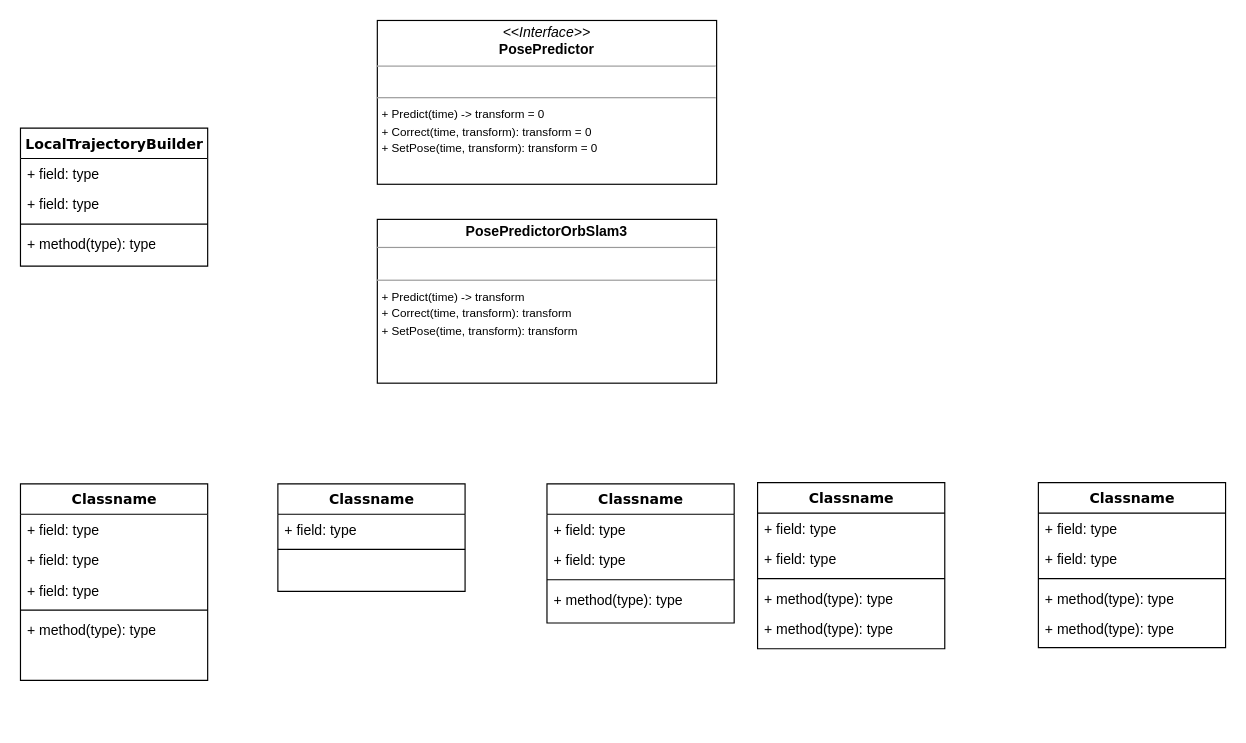
Earlier version of the draw.io diagram Untitled Diagram.drawio (arihantlunawat/arihantlunawat). Source tidied: cells renumbered, new cells numbered last; positions are measured from the earlier drawing's top-left corner, leaving out a move shared by most shapes. Both pictures are drawn from the tidied source at 117%, with x=0, y=0 at pixel (20, 20).
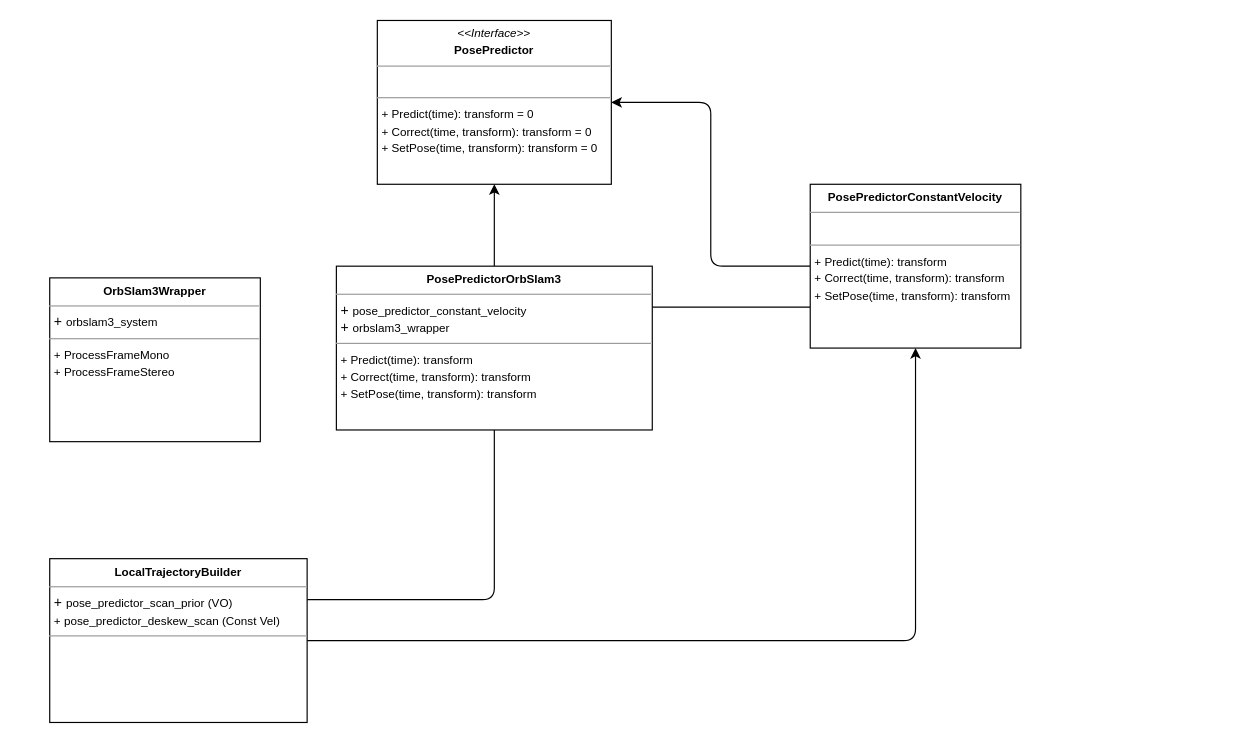
The same diagram, later.

What changed in the source:
```diff
@@
-    <mxCell id="2" value="Classname" style="swimlane;html=1;fontStyle=1;align=center;verticalAlign=top;horizontal=1;startSize=26;swimlaneFillColor=#ffffff;rounded=0;shadow=0;comic=0;labelBackgroundColor=none;strokeWidth=1;fillColor=none;fontFamily=Verdana;fontSize=12;" parent="1" vertex="1">
-      <mxGeometry y="396" width="160" height="168" as="geometry" />
-    </mxCell>
-    <mxCell id="3" value="+ field: type" style="text;html=1;strokeColor=none;fillColor=none;align=left;verticalAlign=top;spacingLeft=4;spacingRight=4;whiteSpace=wrap;overflow=hidden;" parent="2" vertex="1">
-      <mxGeometry y="26" width="160" height="26" as="geometry" />
-    </mxCell>
-    <mxCell id="4" value="+ field: type" style="text;html=1;strokeColor=none;fillColor=none;align=left;verticalAlign=top;spacingLeft=4;spacingRight=4;whiteSpace=wrap;overflow=hidden;" parent="2" vertex="1">
-      <mxGeometry y="52" width="160" height="26" as="geometry" />
-    </mxCell>
-    <mxCell id="5" value="+ field: type" style="text;html=1;strokeColor=none;fillColor=none;align=left;verticalAlign=top;spacingLeft=4;spacingRight=4;whiteSpace=wrap;overflow=hidden;" parent="2" vertex="1">
-      <mxGeometry y="78" width="160" height="26" as="geometry" />
-    </mxCell>
-    <mxCell id="6" style="line;html=1;strokeWidth=1;fillColor=none;align=left;verticalAlign=middle;spacingTop=-1;spacingLeft=3;spacingRight=3;labelPosition=right;" parent="2" vertex="1">
-      <mxGeometry y="104" width="160" height="8" as="geometry" />
-    </mxCell>
-    <mxCell id="7" value="+ method(type): type" style="text;html=1;strokeColor=none;fillColor=none;align=left;verticalAlign=top;spacingLeft=4;spacingRight=4;whiteSpace=wrap;overflow=hidden;" parent="2" vertex="1">
-      <mxGeometry y="112" width="160" height="26" as="geometry" />
-    </mxCell>
-    <mxCell id="8" value="LocalTrajectoryBuilder" style="swimlane;html=1;fontStyle=1;align=center;verticalAlign=top;horizontal=1;startSize=26;swimlaneFillColor=#ffffff;rounded=0;shadow=0;comic=0;labelBackgroundColor=none;strokeWidth=1;fillColor=none;fontFamily=Verdana;fontSize=12;" parent="1" vertex="1">
-      <mxGeometry y="92" width="160" height="118" as="geometry" />
-    </mxCell>
-    <mxCell id="9" value="+ field: type" style="text;html=1;strokeColor=none;fillColor=none;align=left;verticalAlign=top;spacingLeft=4;spacingRight=4;whiteSpace=wrap;overflow=hidden;" parent="8" vertex="1">
-      <mxGeometry y="26" width="160" height="26" as="geometry" />
-    </mxCell>
-    <mxCell id="10" value="+ field: type" style="text;html=1;strokeColor=none;fillColor=none;align=left;verticalAlign=top;spacingLeft=4;spacingRight=4;whiteSpace=wrap;overflow=hidden;" parent="8" vertex="1">
-      <mxGeometry y="52" width="160" height="26" as="geometry" />
-    </mxCell>
-    <mxCell id="11" style="line;html=1;strokeWidth=1;fillColor=none;align=left;verticalAlign=middle;spacingTop=-1;spacingLeft=3;spacingRight=3;labelPosition=right;" parent="8" vertex="1">
-      <mxGeometry y="78" width="160" height="8" as="geometry" />
-    </mxCell>
-    <mxCell id="12" value="+ method(type): type" style="text;html=1;strokeColor=none;fillColor=none;align=left;verticalAlign=top;spacingLeft=4;spacingRight=4;whiteSpace=wrap;overflow=hidden;" parent="8" vertex="1">
-      <mxGeometry y="86" width="160" height="26" as="geometry" />
-    </mxCell>
-    <mxCell id="13" value="Classname" style="swimlane;html=1;fontStyle=1;align=center;verticalAlign=top;horizontal=1;startSize=26;swimlaneFillColor=#ffffff;rounded=0;shadow=0;comic=0;labelBackgroundColor=none;strokeWidth=1;fillColor=none;fontFamily=Verdana;fontSize=12;" parent="1" vertex="1">
-      <mxGeometry x="220" y="396" width="160" height="92" as="geometry" />
-    </mxCell>
-    <mxCell id="14" value="+ field: type" style="text;html=1;strokeColor=none;fillColor=none;align=left;verticalAlign=top;spacingLeft=4;spacingRight=4;whiteSpace=wrap;overflow=hidden;" parent="13" vertex="1">
-      <mxGeometry y="26" width="160" height="26" as="geometry" />
-    </mxCell>
-    <mxCell id="15" style="line;html=1;strokeWidth=1;fillColor=none;align=left;verticalAlign=middle;spacingTop=-1;spacingLeft=3;spacingRight=3;labelPosition=right;" parent="13" vertex="1">
-      <mxGeometry y="52" width="160" height="8" as="geometry" />
-    </mxCell>
-    <mxCell id="16" value="Classname" style="swimlane;html=1;fontStyle=1;align=center;verticalAlign=top;horizontal=1;startSize=26;swimlaneFillColor=#ffffff;rounded=0;shadow=0;comic=0;labelBackgroundColor=none;strokeWidth=1;fillColor=none;fontFamily=Verdana;fontSize=12;" parent="1" vertex="1">
-      <mxGeometry x="630" y="395" width="160" height="142" as="geometry" />
-    </mxCell>
-    <mxCell id="17" value="+ field: type" style="text;html=1;strokeColor=none;fillColor=none;align=left;verticalAlign=top;spacingLeft=4;spacingRight=4;whiteSpace=wrap;overflow=hidden;" parent="16" vertex="1">
-      <mxGeometry y="26" width="160" height="26" as="geometry" />
-    </mxCell>
-    <mxCell id="18" value="+ field: type" style="text;html=1;strokeColor=none;fillColor=none;align=left;verticalAlign=top;spacingLeft=4;spacingRight=4;whiteSpace=wrap;overflow=hidden;" parent="16" vertex="1">
-      <mxGeometry y="52" width="160" height="26" as="geometry" />
-    </mxCell>
-    <mxCell id="19" style="line;html=1;strokeWidth=1;fillColor=none;align=left;verticalAlign=middle;spacingTop=-1;spacingLeft=3;spacingRight=3;labelPosition=right;" parent="16" vertex="1">
-      <mxGeometry y="78" width="160" height="8" as="geometry" />
-    </mxCell>
-    <mxCell id="20" value="+ method(type): type" style="text;html=1;strokeColor=none;fillColor=none;align=left;verticalAlign=top;spacingLeft=4;spacingRight=4;whiteSpace=wrap;overflow=hidden;" parent="16" vertex="1">
-      <mxGeometry y="86" width="160" height="26" as="geometry" />
-    </mxCell>
-    <mxCell id="21" value="+ method(type): type" style="text;html=1;strokeColor=none;fillColor=none;align=left;verticalAlign=top;spacingLeft=4;spacingRight=4;whiteSpace=wrap;overflow=hidden;" parent="16" vertex="1">
-      <mxGeometry y="112" width="160" height="26" as="geometry" />
-    </mxCell>
-    <mxCell id="22" value="Classname" style="swimlane;html=1;fontStyle=1;align=center;verticalAlign=top;horizontal=1;startSize=26;swimlaneFillColor=#ffffff;rounded=0;shadow=0;comic=0;labelBackgroundColor=none;strokeWidth=1;fillColor=none;fontFamily=Verdana;fontSize=12;" parent="1" vertex="1">
-      <mxGeometry x="870" y="395" width="160" height="141" as="geometry" />
-    </mxCell>
-    <mxCell id="23" value="+ field: type" style="text;html=1;strokeColor=none;fillColor=none;align=left;verticalAlign=top;spacingLeft=4;spacingRight=4;whiteSpace=wrap;overflow=hidden;" parent="22" vertex="1">
-      <mxGeometry y="26" width="160" height="26" as="geometry" />
-    </mxCell>
-    <mxCell id="24" value="+ field: type" style="text;html=1;strokeColor=none;fillColor=none;align=left;verticalAlign=top;spacingLeft=4;spacingRight=4;whiteSpace=wrap;overflow=hidden;" parent="22" vertex="1">
-      <mxGeometry y="52" width="160" height="26" as="geometry" />
-    </mxCell>
-    <mxCell id="25" style="line;html=1;strokeWidth=1;fillColor=none;align=left;verticalAlign=middle;spacingTop=-1;spacingLeft=3;spacingRight=3;labelPosition=right;" parent="22" vertex="1">
-      <mxGeometry y="78" width="160" height="8" as="geometry" />
-    </mxCell>
-    <mxCell id="26" value="+ method(type): type" style="text;html=1;strokeColor=none;fillColor=none;align=left;verticalAlign=top;spacingLeft=4;spacingRight=4;whiteSpace=wrap;overflow=hidden;" parent="22" vertex="1">
-      <mxGeometry y="86" width="160" height="26" as="geometry" />
-    </mxCell>
-    <mxCell id="27" value="+ method(type): type" style="text;html=1;strokeColor=none;fillColor=none;align=left;verticalAlign=top;spacingLeft=4;spacingRight=4;whiteSpace=wrap;overflow=hidden;" parent="22" vertex="1">
-      <mxGeometry y="112" width="160" height="26" as="geometry" />
-    </mxCell>
-    <mxCell id="28" value="Classname" style="swimlane;html=1;fontStyle=1;align=center;verticalAlign=top;horizontal=1;startSize=26;swimlaneFillColor=#ffffff;rounded=0;shadow=0;comic=0;labelBackgroundColor=none;strokeWidth=1;fillColor=none;fontFamily=Verdana;fontSize=12;" parent="1" vertex="1">
-      <mxGeometry x="450" y="396" width="160" height="119" as="geometry" />
-    </mxCell>
-    <mxCell id="29" value="+ field: type" style="text;html=1;strokeColor=none;fillColor=none;align=left;verticalAlign=top;spacingLeft=4;spacingRight=4;whiteSpace=wrap;overflow=hidden;" parent="28" vertex="1">
-      <mxGeometry y="26" width="160" height="26" as="geometry" />
-    </mxCell>
-    <mxCell id="30" value="+ field: type" style="text;html=1;strokeColor=none;fillColor=none;align=left;verticalAlign=top;spacingLeft=4;spacingRight=4;whiteSpace=wrap;overflow=hidden;" parent="28" vertex="1">
-      <mxGeometry y="52" width="160" height="26" as="geometry" />
-    </mxCell>
-    <mxCell id="31" style="line;html=1;strokeWidth=1;fillColor=none;align=left;verticalAlign=middle;spacingTop=-1;spacingLeft=3;spacingRight=3;labelPosition=right;" parent="28" vertex="1">
-      <mxGeometry y="78" width="160" height="8" as="geometry" />
-    </mxCell>
-    <mxCell id="32" value="+ method(type): type" style="text;html=1;strokeColor=none;fillColor=none;align=left;verticalAlign=top;spacingLeft=4;spacingRight=4;whiteSpace=wrap;overflow=hidden;" parent="28" vertex="1">
-      <mxGeometry y="86" width="160" height="26" as="geometry" />
-    </mxCell>
-    <mxCell id="33" value="&lt;p style=&quot;margin:0px;margin-top:4px;text-align:center;&quot;&gt;&lt;i&gt;&amp;lt;&amp;lt;Interface&amp;gt;&amp;gt;&lt;/i&gt;&lt;br&gt;&lt;b&gt;PosePredictor&lt;/b&gt;&lt;/p&gt;&lt;hr size=&quot;1&quot;&gt;&lt;p style=&quot;margin:0px;margin-left:4px;&quot;&gt;&lt;br&gt;&lt;/p&gt;&lt;hr size=&quot;1&quot;&gt;&lt;p style=&quot;margin:0px;margin-left:4px;&quot;&gt;&lt;font style=&quot;font-size: 10px;&quot;&gt;+ Predict(time) -&amp;gt; transform = 0&lt;br&gt;+ Correct(time, transform): transform = 0&lt;/font&gt;&lt;/p&gt;&lt;p style=&quot;margin:0px;margin-left:4px;&quot;&gt;&lt;font style=&quot;font-size: 10px;&quot;&gt;+ SetPose(time, transform): transform = 0&lt;/font&gt;&lt;/p&gt;" style="verticalAlign=top;align=left;overflow=fill;fontSize=12;fontFamily=Helvetica;html=1;rounded=0;shadow=0;comic=0;labelBackgroundColor=none;strokeWidth=1;" parent="1" vertex="1">
-      <mxGeometry x="305" width="290" height="140" as="geometry" />
+    <mxCell id="33" value="&lt;p style=&quot;margin:0px;margin-top:4px;text-align:center;&quot;&gt;&lt;font style=&quot;font-size: 10px;&quot;&gt;&lt;i&gt;&amp;lt;&amp;lt;Interface&amp;gt;&amp;gt;&lt;/i&gt;&lt;br&gt;&lt;b&gt;PosePredictor&lt;/b&gt;&lt;/font&gt;&lt;/p&gt;&lt;hr size=&quot;1&quot;&gt;&lt;p style=&quot;margin:0px;margin-left:4px;&quot;&gt;&lt;br&gt;&lt;/p&gt;&lt;hr size=&quot;1&quot;&gt;&lt;p style=&quot;margin:0px;margin-left:4px;&quot;&gt;&lt;font style=&quot;font-size: 10px;&quot;&gt;+ Predict(time): transform = 0&lt;br&gt;+ Correct(time, transform): transform = 0&lt;/font&gt;&lt;/p&gt;&lt;p style=&quot;margin:0px;margin-left:4px;&quot;&gt;&lt;font style=&quot;font-size: 10px;&quot;&gt;+ SetPose(time, transform): transform = 0&lt;/font&gt;&lt;/p&gt;" style="verticalAlign=top;align=left;overflow=fill;fontSize=12;fontFamily=Helvetica;html=1;rounded=0;shadow=0;comic=0;labelBackgroundColor=none;strokeWidth=1;" parent="1" vertex="1">
+      <mxGeometry x="305" width="200" height="140" as="geometry" />
     </mxCell>
+    <mxCell id="35" style="edgeStyle=orthogonalEdgeStyle;rounded=1;jettySize=auto;html=1;entryX=0.5;entryY=1;entryDx=0;entryDy=0;curved=0;" parent="1" edge="1" source="34" target="33">
+      <mxGeometry relative="1" as="geometry" />
+    </mxCell>
+    <mxCell id="36" style="edgeStyle=orthogonalEdgeStyle;rounded=1;jettySize=auto;html=1;exitX=0.5;exitY=1;exitDx=0;exitDy=0;entryX=1;entryY=0.25;entryDx=0;entryDy=0;endArrow=none;endFill=0;curved=0;" parent="1" edge="1" source="34" target="41">
+      <mxGeometry relative="1" as="geometry" />
+    </mxCell>
-    <mxCell id="34" value="&lt;p style=&quot;margin:0px;margin-top:4px;text-align:center;&quot;&gt;&lt;b&gt;PosePredictorOrbSlam3&lt;/b&gt;&lt;/p&gt;&lt;hr size=&quot;1&quot;&gt;&lt;p style=&quot;margin:0px;margin-left:4px;&quot;&gt;&lt;br&gt;&lt;/p&gt;&lt;hr size=&quot;1&quot;&gt;&lt;p style=&quot;margin:0px;margin-left:4px;&quot;&gt;&lt;font style=&quot;font-size: 10px;&quot;&gt;+ Predict(time) -&amp;gt; transform&lt;br&gt;+ Correct(time, transform): transform&lt;/font&gt;&lt;/p&gt;&lt;p style=&quot;margin:0px;margin-left:4px;&quot;&gt;&lt;font style=&quot;font-size: 10px;&quot;&gt;+ SetPose(time, transform): transform&lt;/font&gt;&lt;/p&gt;" style="verticalAlign=top;align=left;overflow=fill;fontSize=12;fontFamily=Helvetica;html=1;rounded=0;shadow=0;comic=0;labelBackgroundColor=none;strokeWidth=1;" parent="1" vertex="1">
-      <mxGeometry x="305" y="170" width="290" height="140" as="geometry" />
+    <mxCell id="34" value="&lt;p style=&quot;margin:0px;margin-top:4px;text-align:center;&quot;&gt;&lt;b&gt;&lt;font style=&quot;font-size: 10px;&quot;&gt;PosePredictorOrbSlam3&lt;/font&gt;&lt;/b&gt;&lt;/p&gt;&lt;hr size=&quot;1&quot;&gt;&lt;p style=&quot;margin:0px;margin-left:4px;&quot;&gt;+ &lt;font style=&quot;font-size: 10px;&quot;&gt;pose_predictor_constant_velocity&lt;/font&gt;&lt;/p&gt;&lt;p style=&quot;margin:0px;margin-left:4px;&quot;&gt;+ &lt;font style=&quot;font-size: 10px;&quot;&gt;orbslam3_wrapper&lt;/font&gt;&lt;/p&gt;&lt;hr size=&quot;1&quot;&gt;&lt;p style=&quot;margin:0px;margin-left:4px;&quot;&gt;&lt;font style=&quot;font-size: 10px;&quot;&gt;+ Predict(time): transform&lt;br&gt;+ Correct(time, transform): transform&lt;/font&gt;&lt;/p&gt;&lt;p style=&quot;margin:0px;margin-left:4px;&quot;&gt;&lt;font style=&quot;font-size: 10px;&quot;&gt;+ SetPose(time, transform): transform&lt;/font&gt;&lt;/p&gt;" style="verticalAlign=top;align=left;overflow=fill;fontSize=12;fontFamily=Helvetica;html=1;rounded=0;shadow=0;comic=0;labelBackgroundColor=none;strokeWidth=1;" parent="1" vertex="1">
+      <mxGeometry x="270" y="210" width="270" height="140" as="geometry" />
     </mxCell>
+    <mxCell id="37" style="edgeStyle=orthogonalEdgeStyle;rounded=1;jettySize=auto;html=1;exitX=0;exitY=0.5;exitDx=0;exitDy=0;entryX=1;entryY=0.5;entryDx=0;entryDy=0;curved=0;" parent="1" edge="1" source="39" target="33">
+      <mxGeometry relative="1" as="geometry" />
+    </mxCell>
+    <mxCell id="38" style="edgeStyle=orthogonalEdgeStyle;rounded=0;jettySize=auto;html=1;exitX=0;exitY=0.75;exitDx=0;exitDy=0;entryX=1;entryY=0.25;entryDx=0;entryDy=0;endArrow=none;endFill=0;" parent="1" edge="1" source="39" target="34">
+      <mxGeometry relative="1" as="geometry" />
+    </mxCell>
+    <mxCell id="39" value="&lt;p style=&quot;margin:0px;margin-top:4px;text-align:center;&quot;&gt;&lt;b&gt;&lt;font style=&quot;font-size: 10px;&quot;&gt;PosePredictorConstantVelocity&lt;/font&gt;&lt;/b&gt;&lt;/p&gt;&lt;hr size=&quot;1&quot;&gt;&lt;p style=&quot;margin:0px;margin-left:4px;&quot;&gt;&lt;br&gt;&lt;/p&gt;&lt;hr size=&quot;1&quot;&gt;&lt;p style=&quot;margin:0px;margin-left:4px;&quot;&gt;&lt;font style=&quot;font-size: 10px;&quot;&gt;+ Predict(time): transform&lt;br&gt;+ Correct(time, transform): transform&lt;/font&gt;&lt;/p&gt;&lt;p style=&quot;margin:0px;margin-left:4px;&quot;&gt;&lt;font style=&quot;font-size: 10px;&quot;&gt;+ SetPose(time, transform): transform&lt;/font&gt;&lt;/p&gt;" style="verticalAlign=top;align=left;overflow=fill;fontSize=12;fontFamily=Helvetica;html=1;rounded=0;shadow=0;comic=0;labelBackgroundColor=none;strokeWidth=1;" parent="1" vertex="1">
+      <mxGeometry x="675" y="140" width="180" height="140" as="geometry" />
+    </mxCell>
+    <mxCell id="40" style="edgeStyle=orthogonalEdgeStyle;rounded=1;jettySize=auto;html=1;exitX=1;exitY=0.5;exitDx=0;exitDy=0;entryX=0.5;entryY=1;entryDx=0;entryDy=0;curved=0;" parent="1" edge="1" source="41" target="39">
+      <mxGeometry relative="1" as="geometry" />
+    </mxCell>
+    <mxCell id="41" value="&lt;p style=&quot;margin:0px;margin-top:4px;text-align:center;&quot;&gt;&lt;b&gt;&lt;font style=&quot;font-size: 10px;&quot;&gt;LocalTrajectoryBuilder&lt;/font&gt;&lt;/b&gt;&lt;/p&gt;&lt;hr size=&quot;1&quot;&gt;&lt;p style=&quot;margin:0px;margin-left:4px;&quot;&gt;+ &lt;font style=&quot;font-size: 10px;&quot;&gt;pose_predictor_scan_prior (VO)&lt;/font&gt;&lt;/p&gt;&lt;p style=&quot;margin:0px;margin-left:4px;&quot;&gt;&lt;font style=&quot;font-size: 10px;&quot;&gt;+ pose_predictor_deskew_scan (Const Vel)&lt;/font&gt;&lt;/p&gt;&lt;hr size=&quot;1&quot;&gt;&lt;p style=&quot;margin:0px;margin-left:4px;&quot;&gt;&lt;br&gt;&lt;/p&gt;" style="verticalAlign=top;align=left;overflow=fill;fontSize=12;fontFamily=Helvetica;html=1;rounded=0;shadow=0;comic=0;labelBackgroundColor=none;strokeWidth=1;" parent="1" vertex="1">
+      <mxGeometry x="25" y="460" width="220" height="140" as="geometry" />
+    </mxCell>
+    <mxCell id="42" value="&lt;p style=&quot;margin:0px;margin-top:4px;text-align:center;&quot;&gt;&lt;b&gt;&lt;font style=&quot;font-size: 10px;&quot;&gt;OrbSlam3Wrapper&lt;/font&gt;&lt;/b&gt;&lt;/p&gt;&lt;hr size=&quot;1&quot;&gt;&lt;p style=&quot;margin:0px;margin-left:4px;&quot;&gt;+ &lt;font style=&quot;font-size: 10px;&quot;&gt;orbslam3_system&lt;/font&gt;&lt;/p&gt;&lt;hr size=&quot;1&quot;&gt;&lt;p style=&quot;margin:0px;margin-left:4px;&quot;&gt;&lt;font style=&quot;font-size: 10px;&quot;&gt;+ ProcessFrameMono&lt;/font&gt;&lt;/p&gt;&lt;p style=&quot;margin:0px;margin-left:4px;&quot;&gt;&lt;font style=&quot;font-size: 10px;&quot;&gt;+ ProcessFrameStereo&lt;/font&gt;&lt;/p&gt;" style="verticalAlign=top;align=left;overflow=fill;fontSize=12;fontFamily=Helvetica;html=1;rounded=0;shadow=0;comic=0;labelBackgroundColor=none;strokeWidth=1;" parent="1" vertex="1">
+      <mxGeometry x="25" y="220" width="180" height="140" as="geometry" />
+    </mxCell>
```
